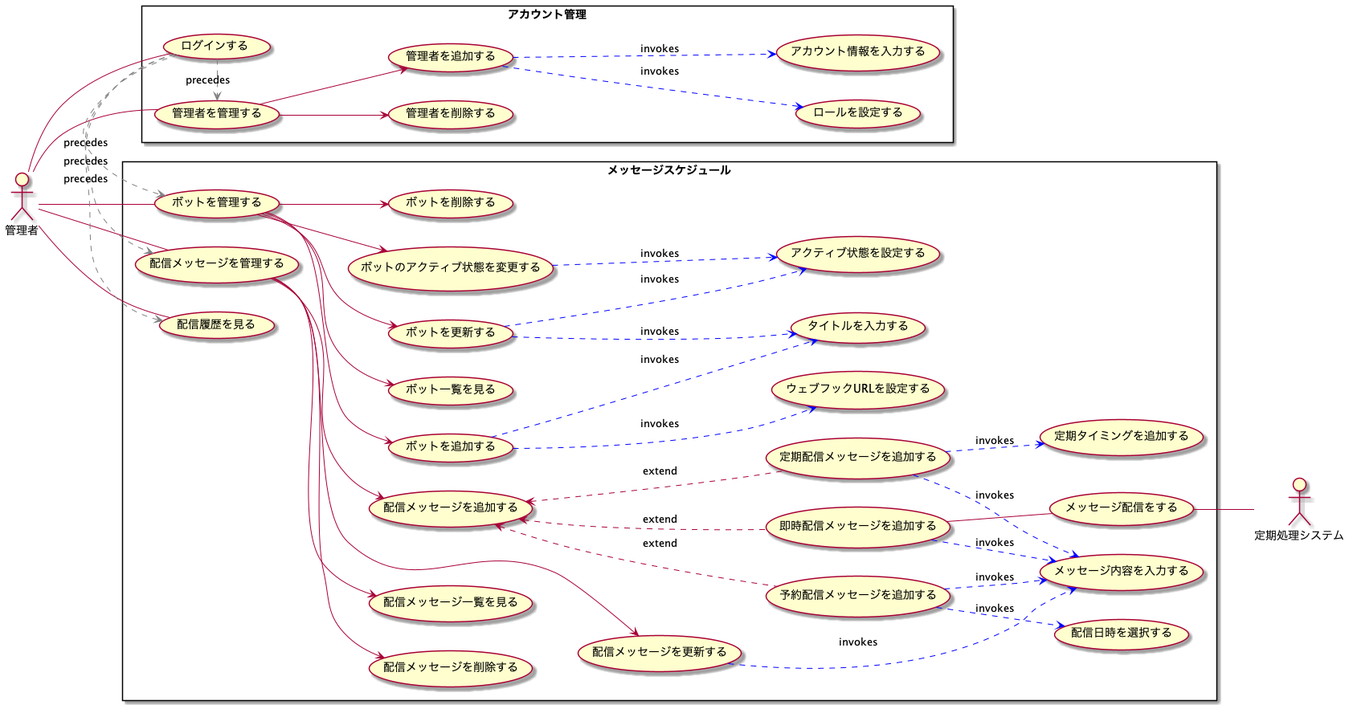
This is diagram/analysis/usecase.png from takemo101/dc-scheduler, a PlantUML export, as it was before one commit.
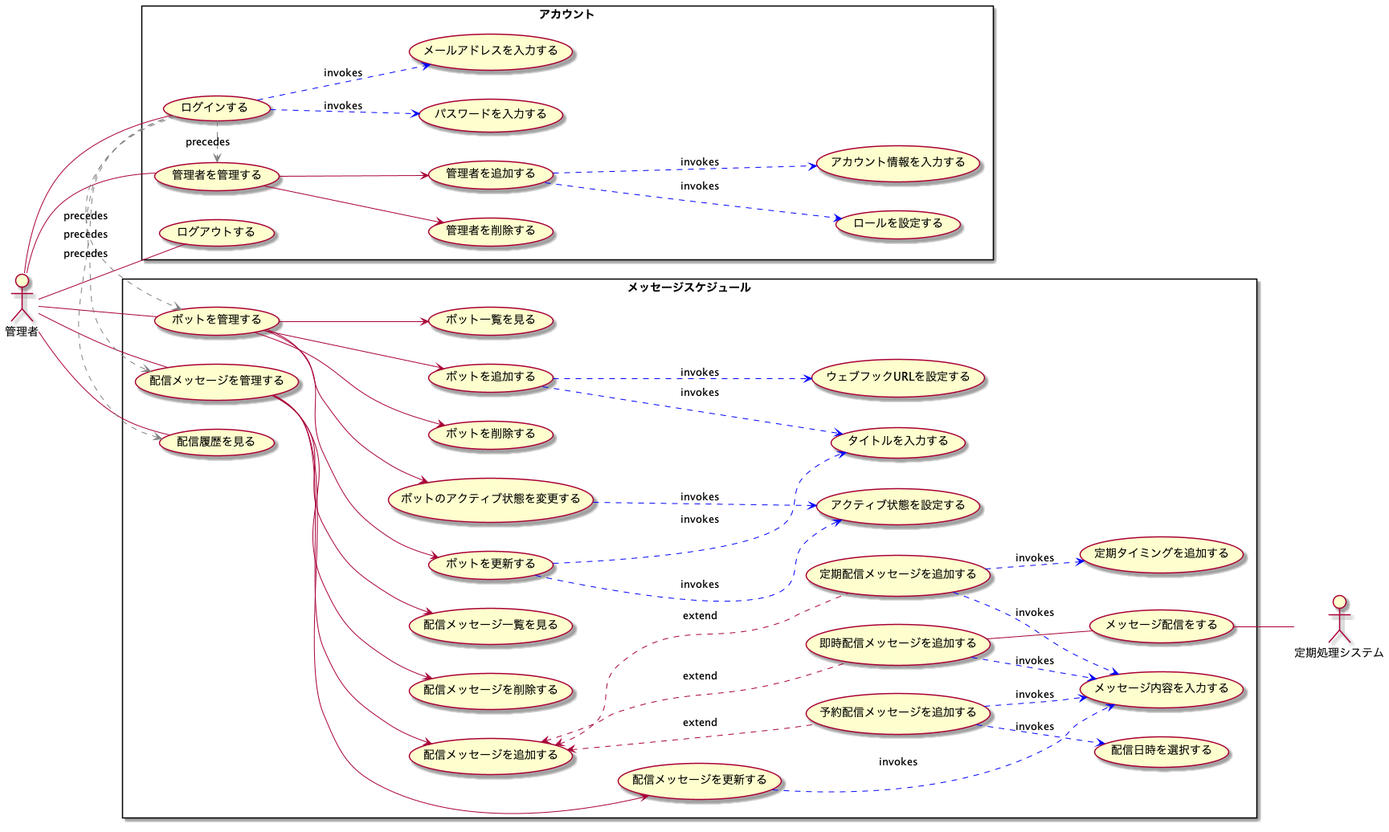
After the change.

What changed in the source:
```diff
@@ -33,13 +33,17 @@
     usecase メッセージ配信をする
 }
 
-rectangle アカウント管理 {
-    usecase ログインする
+rectangle アカウント {
     usecase 管理者を管理する
     usecase 管理者を追加する
     usecase 管理者を削除する
     usecase アカウント情報を入力する
     usecase ロールを設定する
+
+    usecase ログインする
+    usecase メールアドレスを入力する
+    usecase パスワードを入力する
+    usecase ログアウトする
 }
 
 管理者 -- ボットを管理する
@@ -72,6 +76,9 @@
 管理者 -- 配信履歴を見る
 
 管理者 -- ログインする
+ログインする ..> メールアドレスを入力する #blue :invokes
+ログインする ..> パスワードを入力する #blue :invokes
+管理者 -- ログアウトする
 管理者 -- 管理者を管理する
 管理者を管理する --> 管理者を追加する
 管理者を管理する --> 管理者を削除する
```
